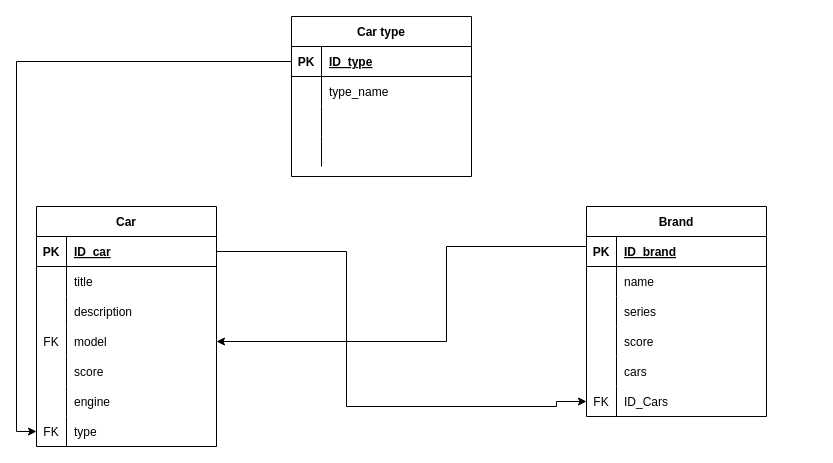
The draw.io diagram Diagram/Diagram.drawio in Cazacu-Condrat-Dumitru/PPW2, before the edit. Source tidied: cells renumbered, new cells numbered last; positions are measured from the earlier drawing's top-left corner, leaving out a move shared by most shapes. Both pictures are drawn from the tidied source at 100%, with x=0, y=0 at pixel (36, 16).
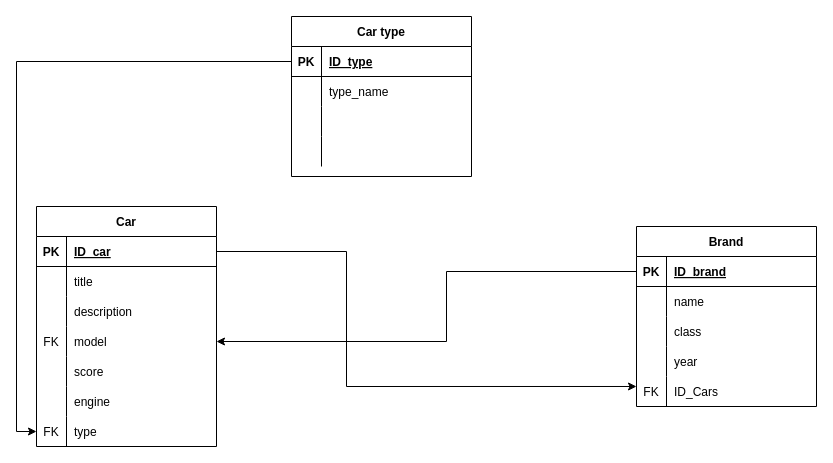
Above is the later version.

The change refers to these unchanged cells:
```xml
<mxCell id="16" style="shape=tableRow;horizontal=0;startSize=0;swimlaneHead=0;swimlaneBody=0;fillColor=none;points=[[0,0.5],[1,0.5]];portConstraint=eastwest;top=0;left=0;right=0;bottom=1;" parent="15" vertex="1">
  <mxGeometry y="30" width="180" height="30" as="geometry" />
</mxCell>
<mxCell id="25" style="shape=tableRow;horizontal=0;startSize=0;swimlaneHead=0;swimlaneBody=0;fillColor=none;points=[[0,0.5],[1,0.5]];portConstraint=eastwest;top=0;left=0;right=0;bottom=0;" parent="15" vertex="1">
  <mxGeometry y="120" width="180" height="30" as="geometry" />
</mxCell>
<mxCell id="38" style="shape=tableRow;horizontal=0;startSize=0;swimlaneHead=0;swimlaneBody=0;fillColor=none;points=[[0,0.5],[1,0.5]];portConstraint=eastwest;top=0;left=0;right=0;bottom=1;" parent="37" vertex="1">
  <mxGeometry y="30" width="180" height="30" as="geometry" />
</mxCell>
<mxCell id="44" style="shape=tableRow;horizontal=0;startSize=0;swimlaneHead=0;swimlaneBody=0;fillColor=none;top=0;left=0;right=0;bottom=0;" parent="37" vertex="1">
  <mxGeometry y="90" width="180" height="30" as="geometry" />
</mxCell>
<mxCell id="47" style="shape=tableRow;horizontal=0;startSize=0;swimlaneHead=0;swimlaneBody=0;fillColor=none;top=0;left=0;right=0;bottom=0;" parent="37" vertex="1">
  <mxGeometry y="120" width="180" height="30" as="geometry" />
</mxCell>
```

What changed in the source:
```diff
@@
     <mxCell id="37" value="Brand" style="shape=table;startSize=30;childLayout=tableLayout;rowLines=0;fontStyle=1;align=center;" parent="1" vertex="1">
-      <mxGeometry x="550" y="190" width="180" height="210" as="geometry" />
+      <mxGeometry x="600" y="210" width="180" height="180" as="geometry" />
     </mxCell>
@@
-    <mxCell id="46" value="series" style="shape=partialRectangle;fillColor=none;top=0;left=0;bottom=0;right=0;align=left;spacingLeft=6;overflow=hidden;" parent="44" vertex="1">
+    <mxCell id="46" value="class" style="shape=partialRectangle;fillColor=none;top=0;left=0;bottom=0;right=0;align=left;spacingLeft=6;overflow=hidden;" parent="44" vertex="1">
       <mxGeometry x="30" width="150" height="30" as="geometry" />
     </mxCell>
@@
-    <mxCell id="49" value="score" style="shape=partialRectangle;fillColor=none;top=0;left=0;bottom=0;right=0;align=left;spacingLeft=6;overflow=hidden;" parent="47" vertex="1">
+    <mxCell id="49" value="year" style="shape=partialRectangle;fillColor=none;top=0;left=0;bottom=0;right=0;align=left;spacingLeft=6;overflow=hidden;" parent="47" vertex="1">
       <mxGeometry x="30" width="150" height="30" as="geometry" />
     </mxCell>
-    <mxCell id="50" style="shape=tableRow;horizontal=0;startSize=0;swimlaneHead=0;swimlaneBody=0;fillColor=none;top=0;left=0;right=0;bottom=0;" parent="37" vertex="1">
-      <mxGeometry y="150" width="180" height="30" as="geometry" />
-    </mxCell>
-    <mxCell id="51" style="shape=partialRectangle;fillColor=none;top=0;left=0;bottom=0;right=0;overflow=hidden;" parent="50" vertex="1">
-      <mxGeometry width="30" height="30" as="geometry" />
-    </mxCell>
-    <mxCell id="52" value="cars" style="shape=partialRectangle;fillColor=none;top=0;left=0;bottom=0;right=0;align=left;spacingLeft=6;overflow=hidden;" parent="50" vertex="1">
-      <mxGeometry x="30" width="150" height="30" as="geometry" />
-    </mxCell>
     <mxCell id="53" style="shape=tableRow;horizontal=0;startSize=0;swimlaneHead=0;swimlaneBody=0;fillColor=none;points=[[0,0.5],[1,0.5]];portConstraint=eastwest;top=0;left=0;right=0;bottom=0;" parent="37" vertex="1">
-      <mxGeometry y="180" width="180" height="30" as="geometry" />
+      <mxGeometry y="150" width="180" height="30" as="geometry" />
     </mxCell>
@@
     <mxCell id="57" style="edgeStyle=orthogonalEdgeStyle;rounded=0;jettySize=auto;html=1;exitX=0;exitY=0.5;exitDx=0;exitDy=0;entryX=1;entryY=0.5;entryDx=0;entryDy=0;" parent="1" edge="1" source="38" target="25">
       <mxGeometry relative="1" as="geometry">
         <Array as="points">
-          <mxPoint x="550" y="230" />
-          <mxPoint x="410" y="230" />
+          <mxPoint x="410" y="255" />
           <mxPoint x="410" y="325" />
         </Array>
       </mxGeometry>
     </mxCell>
-    <mxCell id="58" style="edgeStyle=orthogonalEdgeStyle;rounded=0;jettySize=auto;html=1;exitX=1;exitY=0.5;exitDx=0;exitDy=0;entryX=0;entryY=0.5;entryDx=0;entryDy=0;" parent="1" edge="1" source="16" target="53">
+    <mxCell id="58" style="edgeStyle=orthogonalEdgeStyle;rounded=0;jettySize=auto;html=1;exitX=1;exitY=0.5;exitDx=0;exitDy=0;entryX=0;entryY=0.333;entryDx=0;entryDy=0;entryPerimeter=0;" parent="1" edge="1" source="16" target="53">
       <mxGeometry relative="1" as="geometry">
         <Array as="points">
           <mxPoint x="310" y="235" />
-          <mxPoint x="310" y="390" />
-          <mxPoint x="520" y="390" />
-          <mxPoint x="520" y="385" />
+          <mxPoint x="310" y="370" />
         </Array>
       </mxGeometry>
     </mxCell>
```
